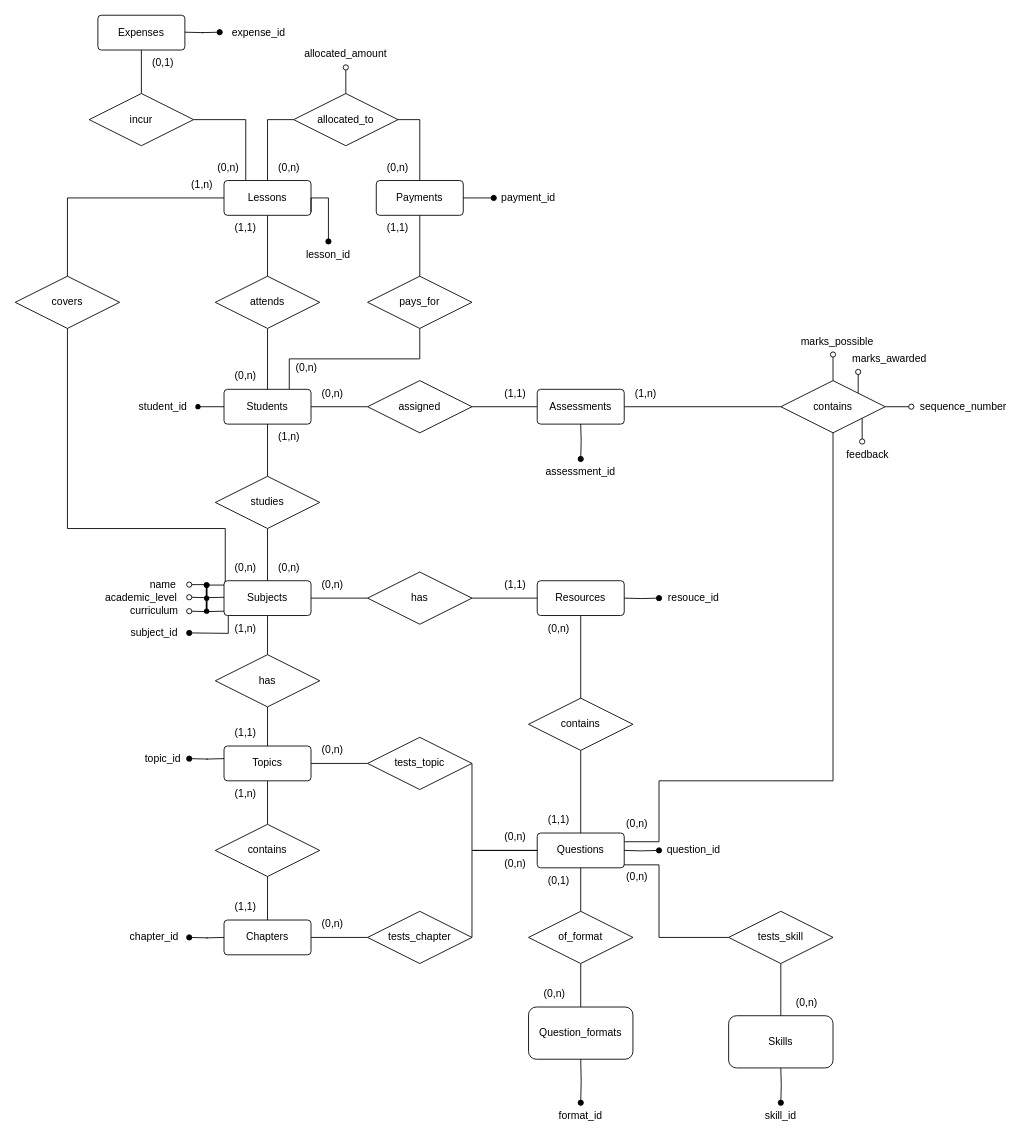
OliverQiL/tutoring keeps this draw.io diagram as diagrams/ERD.drawio. Above is the earlier version. Source tidied: cells renumbered, new cells numbered last; positions are measured from the earlier drawing's top-left corner, leaving out a move shared by most shapes. Both pictures are drawn from the tidied source at 87%, with x=0, y=0 at pixel (15, 15).
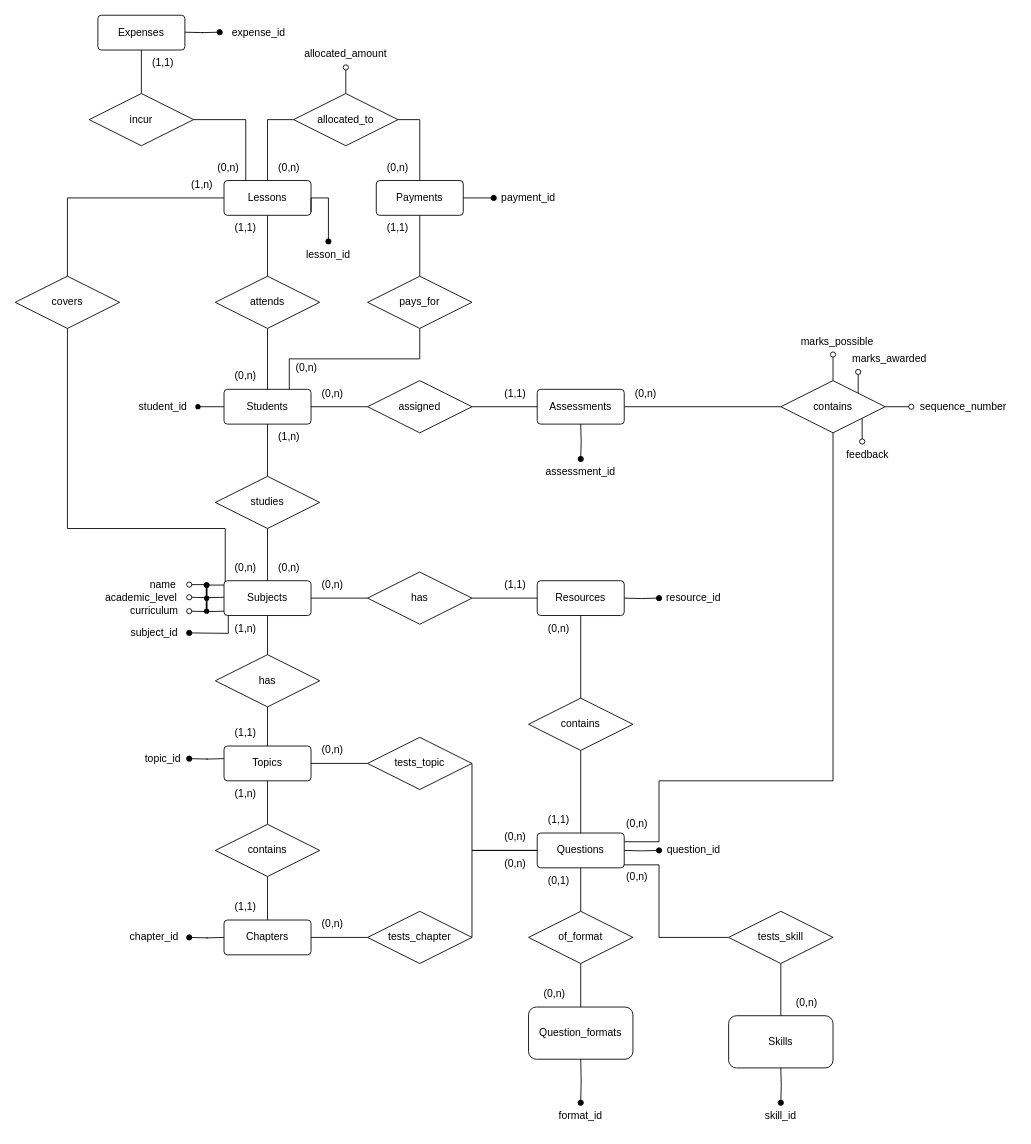
Above is the later version.

The edit, as a diff of the source:
```diff
@@
-    <mxCell id="67" value="resouce_id" style="text;html=1;whiteSpace=wrap;strokeColor=none;fillColor=none;align=center;verticalAlign=middle;rounded=0;" parent="1" vertex="1">
+    <mxCell id="67" value="resource_id" style="text;html=1;whiteSpace=wrap;strokeColor=none;fillColor=none;align=center;verticalAlign=middle;rounded=0;" parent="1" vertex="1">
       <mxGeometry x="750" y="655" width="60" height="30" as="geometry" />
     </mxCell>
@@
-    <mxCell id="94" value="(1,n)" style="text;html=1;whiteSpace=wrap;strokeColor=none;fillColor=none;align=center;verticalAlign=middle;rounded=0;" parent="1" vertex="1">
+    <mxCell id="94" value="(0,n)" style="text;html=1;whiteSpace=wrap;strokeColor=none;fillColor=none;align=center;verticalAlign=middle;rounded=0;" parent="1" vertex="1">
       <mxGeometry x="700" y="420" width="50" height="30" as="geometry" />
     </mxCell>
@@
-    <mxCell id="124" value="(0,1)" style="text;html=1;whiteSpace=wrap;strokeColor=none;fillColor=none;align=center;verticalAlign=middle;rounded=0;" parent="1" vertex="1">
+    <mxCell id="124" value="(1,1)" style="text;html=1;whiteSpace=wrap;strokeColor=none;fillColor=none;align=center;verticalAlign=middle;rounded=0;" parent="1" vertex="1">
       <mxGeometry x="145" y="40" width="50" height="30" as="geometry" />
     </mxCell>
```
